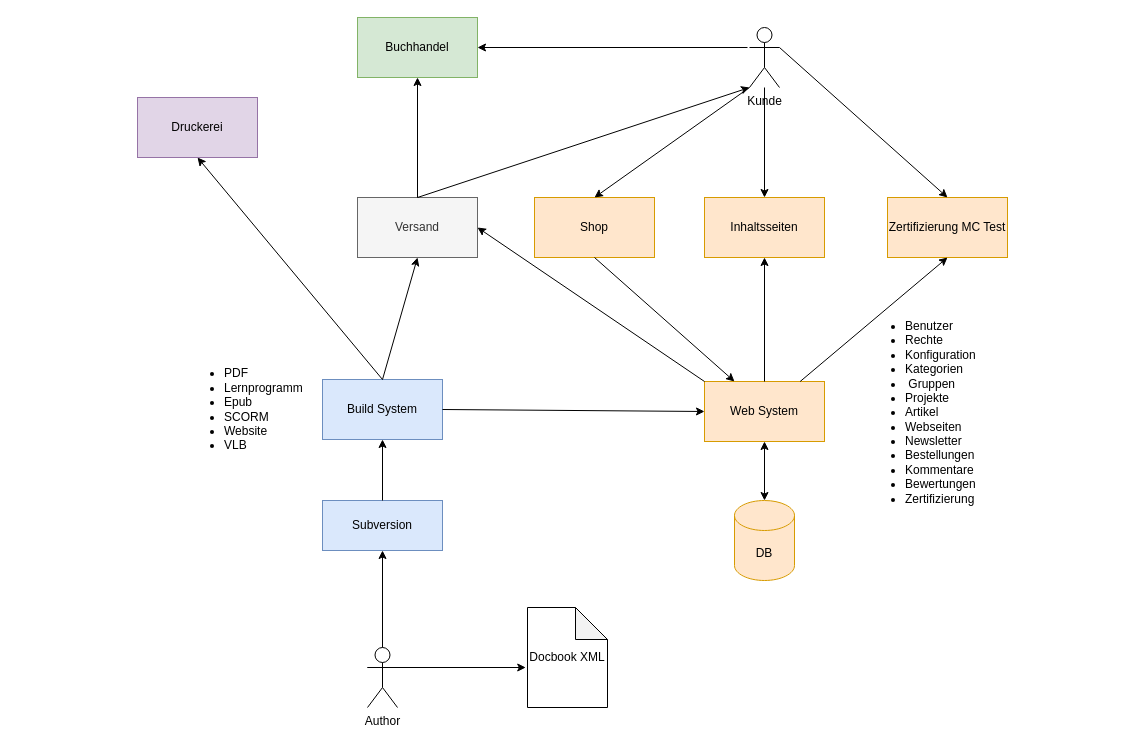
Before: doc/Untitled Diagram2.drawio in pamoller/restfooly, a draw.io diagram. Source tidied: cells renumbered, new cells numbered last; positions are measured from the earlier drawing's top-left corner, leaving out a move shared by most shapes. Both pictures are drawn from the tidied source at 100%, with x=0, y=0 at pixel (137, 17).
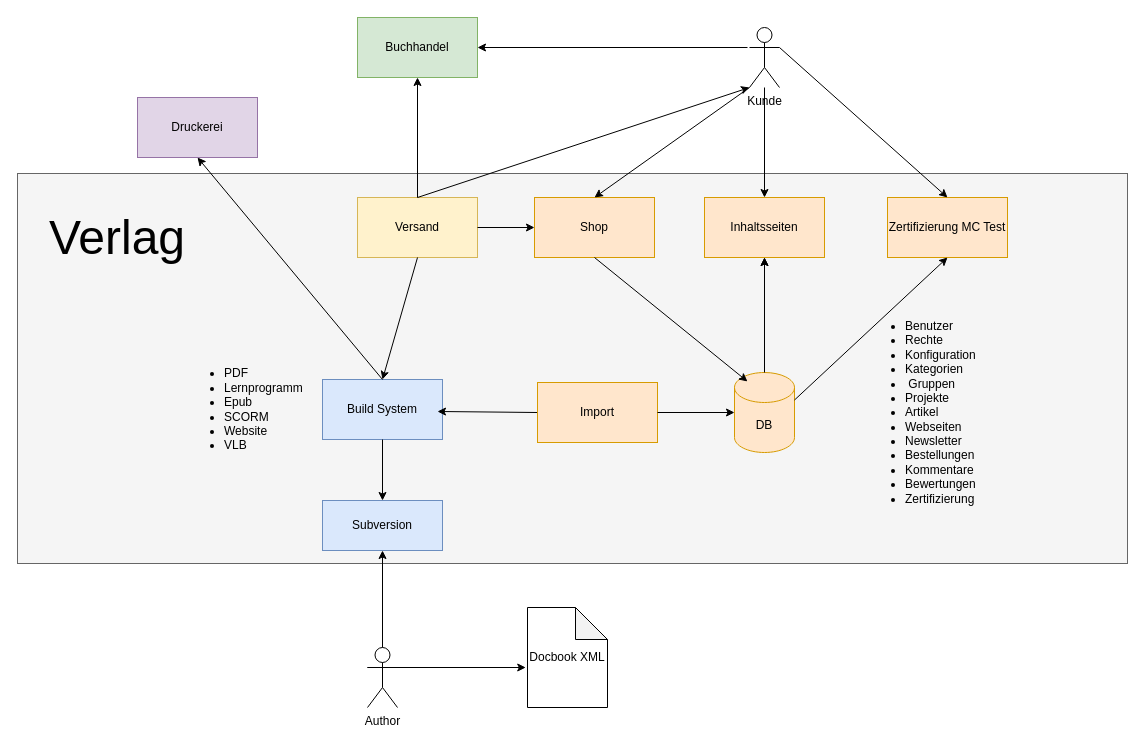
The same diagram, later.

The change refers to these unchanged cells:
```xml
<mxCell id="2" value="Build System" style="rounded=0;whiteSpace=wrap;html=1;fillColor=#dae8fc;strokeColor=#6c8ebf;" parent="1" vertex="1">
  <mxGeometry x="185" y="362" width="120" height="60" as="geometry" />
</mxCell>
<mxCell id="5" value="Subversion" style="rounded=0;whiteSpace=wrap;html=1;fillColor=#dae8fc;strokeColor=#6c8ebf;" parent="1" vertex="1">
  <mxGeometry x="185" y="483" width="120" height="50" as="geometry" />
</mxCell>
<mxCell id="9" value="Inhaltsseiten" style="rounded=0;whiteSpace=wrap;html=1;fillColor=#ffe6cc;strokeColor=#d79b00;" parent="1" vertex="1">
  <mxGeometry x="567" y="180" width="120" height="60" as="geometry" />
</mxCell>
<mxCell id="10" value="Shop" style="rounded=0;whiteSpace=wrap;html=1;fillColor=#ffe6cc;strokeColor=#d79b00;" parent="1" vertex="1">
  <mxGeometry x="397" y="180" width="120" height="60" as="geometry" />
</mxCell>
<mxCell id="15" value="Zertifizierung MC Test" style="rounded=0;whiteSpace=wrap;html=1;fillColor=#ffe6cc;strokeColor=#d79b00;" parent="1" vertex="1">
  <mxGeometry x="750" y="180" width="120" height="60" as="geometry" />
</mxCell>
```

The edit, as a diff of the source:
```diff
@@
+    <mxCell id="34" style="rounded=0;whiteSpace=wrap;html=1;fillColor=#f5f5f5;strokeColor=#666666;fontColor=#333333;" parent="1" vertex="1">
+      <mxGeometry x="-120" y="156" width="1110" height="390" as="geometry" />
+    </mxCell>
@@
-    <mxCell id="6" value="Web System" style="rounded=0;whiteSpace=wrap;html=1;fillColor=#ffe6cc;strokeColor=#d79b00;" parent="1" vertex="1">
-      <mxGeometry x="567" y="364" width="120" height="60" as="geometry" />
-    </mxCell>
@@
-    <mxCell id="14" value="Versand" style="rounded=0;whiteSpace=wrap;html=1;fillColor=#f5f5f5;strokeColor=#666666;fontColor=#333333;" parent="1" vertex="1">
+    <mxCell id="14" value="Versand" style="rounded=0;whiteSpace=wrap;html=1;fillColor=#fff2cc;strokeColor=#d6b656;" parent="1" vertex="1">
       <mxGeometry x="220" y="180" width="120" height="60" as="geometry" />
     </mxCell>
@@
+    <mxCell id="35" style="edgeStyle=orthogonalEdgeStyle;rounded=0;jettySize=auto;html=1;" parent="1" edge="1" source="16" target="9">
+      <mxGeometry relative="1" as="geometry" />
+    </mxCell>
     <mxCell id="16" value="DB" style="shape=cylinder3;whiteSpace=wrap;html=1;boundedLbl=1;backgroundOutline=1;size=15;fillColor=#ffe6cc;strokeColor=#d79b00;" parent="1" vertex="1">
-      <mxGeometry x="597" y="483" width="60" height="80" as="geometry" />
+      <mxGeometry x="597" y="355" width="60" height="80" as="geometry" />
     </mxCell>
-    <mxCell id="17" style="endArrow=classic;html=1;entryX=0.5;entryY=1;entryDx=0;entryDy=0;exitX=0.5;exitY=0;exitDx=0;exitDy=0;" parent="1" edge="1" source="5" target="2">
-      <mxGeometry relative="1" as="geometry" />
-    </mxCell>
@@
-    <mxCell id="20" style="endArrow=classic;html=1;exitX=1;exitY=0.5;exitDx=0;exitDy=0;entryX=0;entryY=0.5;entryDx=0;entryDy=0;" parent="1" edge="1" source="2" target="6">
-      <mxGeometry relative="1" as="geometry" />
+    <mxCell id="20" style="endArrow=classic;html=1;exitX=0;exitY=0.5;exitDx=0;exitDy=0;" parent="1" edge="1" source="39">
+      <mxGeometry relative="1" as="geometry">
+        <mxPoint x="300" y="394" as="targetPoint" />
+      </mxGeometry>
     </mxCell>
@@
-    <mxCell id="23" style="endArrow=classic;html=1;entryX=0.5;entryY=1;entryDx=0;entryDy=0;" parent="1" edge="1" source="6" target="9">
+    <mxCell id="23" style="endArrow=classic;html=1;entryX=0.5;entryY=1;entryDx=0;entryDy=0;exitX=0.5;exitY=0;exitDx=0;exitDy=0;exitPerimeter=0;" parent="1" edge="1" source="16" target="9">
       <mxGeometry relative="1" as="geometry" />
     </mxCell>
@@
-    <mxCell id="28" style="endArrow=classic;html=1;exitX=0;exitY=0;exitDx=0;exitDy=0;entryX=1;entryY=0.5;entryDx=0;entryDy=0;" parent="1" edge="1" source="6" target="14">
-      <mxGeometry relative="1" as="geometry" />
-    </mxCell>
-    <mxCell id="29" style="endArrow=classic;html=1;entryX=0.5;entryY=1;entryDx=0;entryDy=0;exitX=0.5;exitY=0;exitDx=0;exitDy=0;" parent="1" edge="1" source="2" target="14">
-      <mxGeometry relative="1" as="geometry" />
-    </mxCell>
@@
-    <mxCell id="31" style="endArrow=classic;html=1;exitX=0.5;exitY=1;exitDx=0;exitDy=0;entryX=0.25;entryY=0;entryDx=0;entryDy=0;" parent="1" edge="1" source="10" target="6">
-      <mxGeometry relative="1" as="geometry" />
+    <mxCell id="31" style="endArrow=classic;html=1;exitX=0.5;exitY=1;exitDx=0;exitDy=0;" parent="1" edge="1" source="10">
+      <mxGeometry relative="1" as="geometry">
+        <mxPoint x="610" y="364" as="targetPoint" />
+      </mxGeometry>
     </mxCell>
-    <mxCell id="32" style="endArrow=classic;html=1;entryX=0.5;entryY=1;entryDx=0;entryDy=0;" parent="1" edge="1" source="6" target="15">
+    <mxCell id="32" style="endArrow=classic;html=1;entryX=0.5;entryY=1;entryDx=0;entryDy=0;exitX=1;exitY=0;exitDx=0;exitDy=27.5;exitPerimeter=0;" parent="1" edge="1" source="16" target="15">
       <mxGeometry relative="1" as="geometry" />
     </mxCell>
-    <mxCell id="33" style="endArrow=classic;startArrow=classic;html=1;entryX=0.5;entryY=1;entryDx=0;entryDy=0;exitX=0.5;exitY=0;exitDx=0;exitDy=0;exitPerimeter=0;" parent="1" edge="1" source="16" target="6">
-      <mxGeometry relative="1" as="geometry" />
-    </mxCell>
+    <mxCell id="36" style="endArrow=classic;html=1;exitX=0.5;exitY=1;exitDx=0;exitDy=0;entryX=0.5;entryY=0;entryDx=0;entryDy=0;" parent="1" edge="1" source="2" target="5">
+      <mxGeometry relative="1" as="geometry" />
+    </mxCell>
+    <mxCell id="37" style="endArrow=classic;html=1;exitX=0.5;exitY=1;exitDx=0;exitDy=0;entryX=0.5;entryY=0;entryDx=0;entryDy=0;" parent="1" edge="1" source="14" target="2">
+      <mxGeometry relative="1" as="geometry" />
+    </mxCell>
+    <mxCell id="38" style="endArrow=classic;html=1;exitX=1;exitY=0.5;exitDx=0;exitDy=0;entryX=0;entryY=0.5;entryDx=0;entryDy=0;" parent="1" edge="1" source="14" target="10">
+      <mxGeometry relative="1" as="geometry" />
+    </mxCell>
+    <mxCell id="39" value="Import" style="rounded=0;whiteSpace=wrap;html=1;fillColor=#ffe6cc;strokeColor=#d79b00;" parent="1" vertex="1">
+      <mxGeometry x="400" y="365" width="120" height="60" as="geometry" />
+    </mxCell>
+    <mxCell id="40" style="endArrow=classic;html=1;exitX=1;exitY=0.5;exitDx=0;exitDy=0;entryX=0;entryY=0.5;entryDx=0;entryDy=0;entryPerimeter=0;" parent="1" edge="1" source="39" target="16">
+      <mxGeometry relative="1" as="geometry" />
+    </mxCell>
+    <mxCell id="41" value="&lt;font style=&quot;font-size: 48px&quot;&gt;Verlag&lt;/font&gt;" style="text;html=1;strokeColor=none;fillColor=none;align=center;verticalAlign=middle;whiteSpace=wrap;rounded=0;" parent="1" vertex="1">
+      <mxGeometry x="-40" y="210" width="40" height="20" as="geometry" />
+    </mxCell>
```
